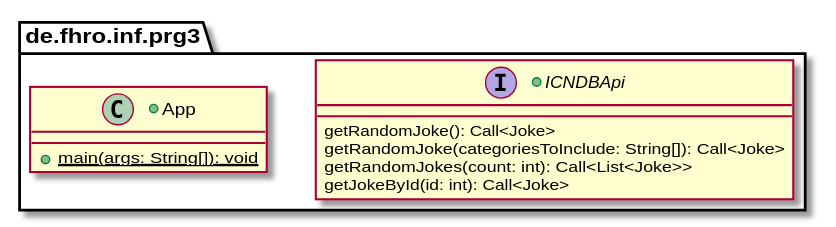
wolfol67755/06-annotations-reflection keeps this PlantUML diagram as assets/RetrofitAdapter.svg. Above is the earlier version.
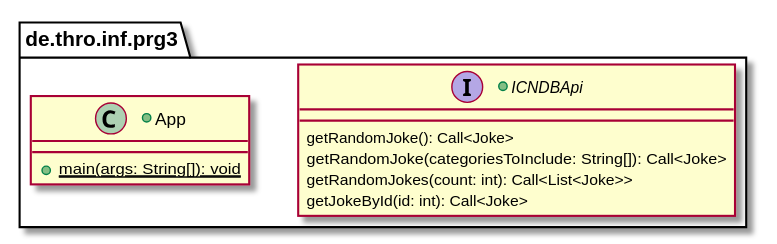
After the change.

What changed in the source:
```diff
@@ -1,6 +1,6 @@
 @startuml RetrofitAdapter
 
-package de.fhro.inf.prg3 {
+package de.thro.inf.prg3 {
 
     +interface ICNDBApi {
         getRandomJoke(): Call<Joke>
```
